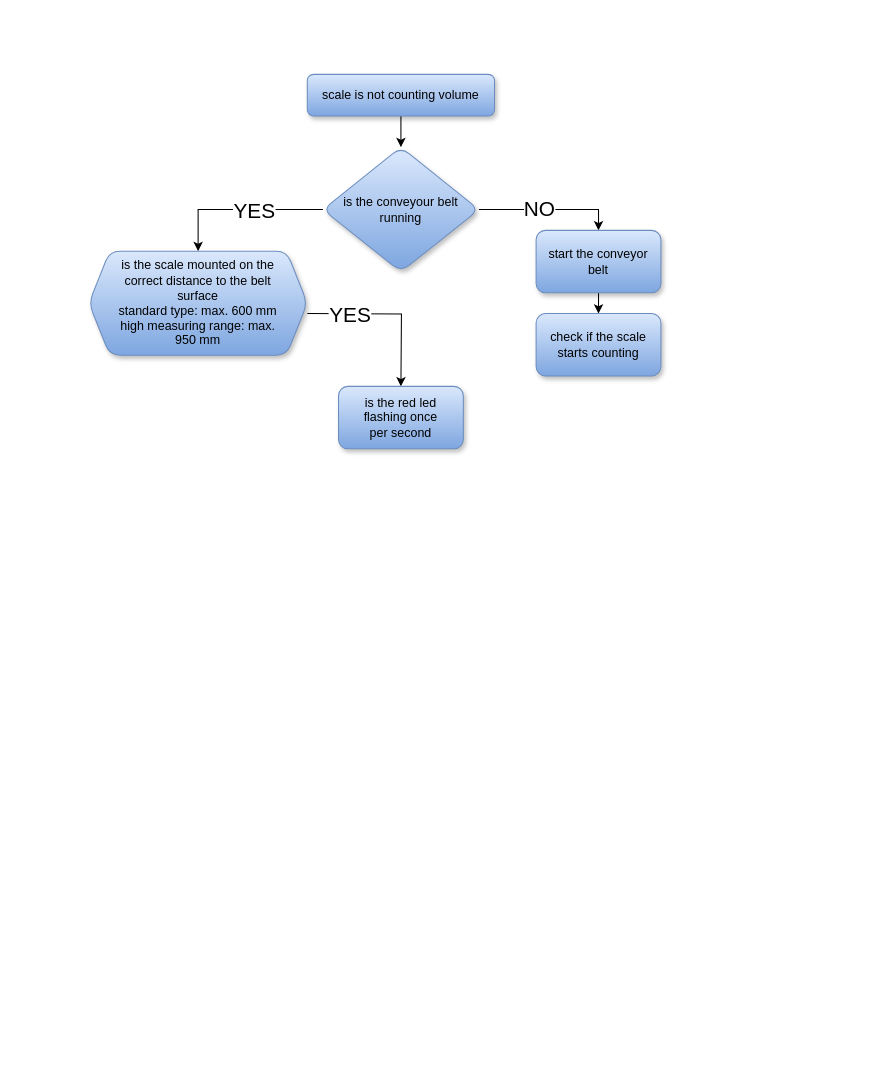
This is troubleshooting-opticalbeltscale.drawio from fruchtikus/obstroubleshooting, a draw.io file, before an edit. Source tidied: cells renumbered, new cells numbered last; positions are measured from the earlier drawing's top-left corner, leaving out a move shared by most shapes. Both pictures are drawn from the tidied source at 104%, with x=0, y=0 at pixel (88, 74).
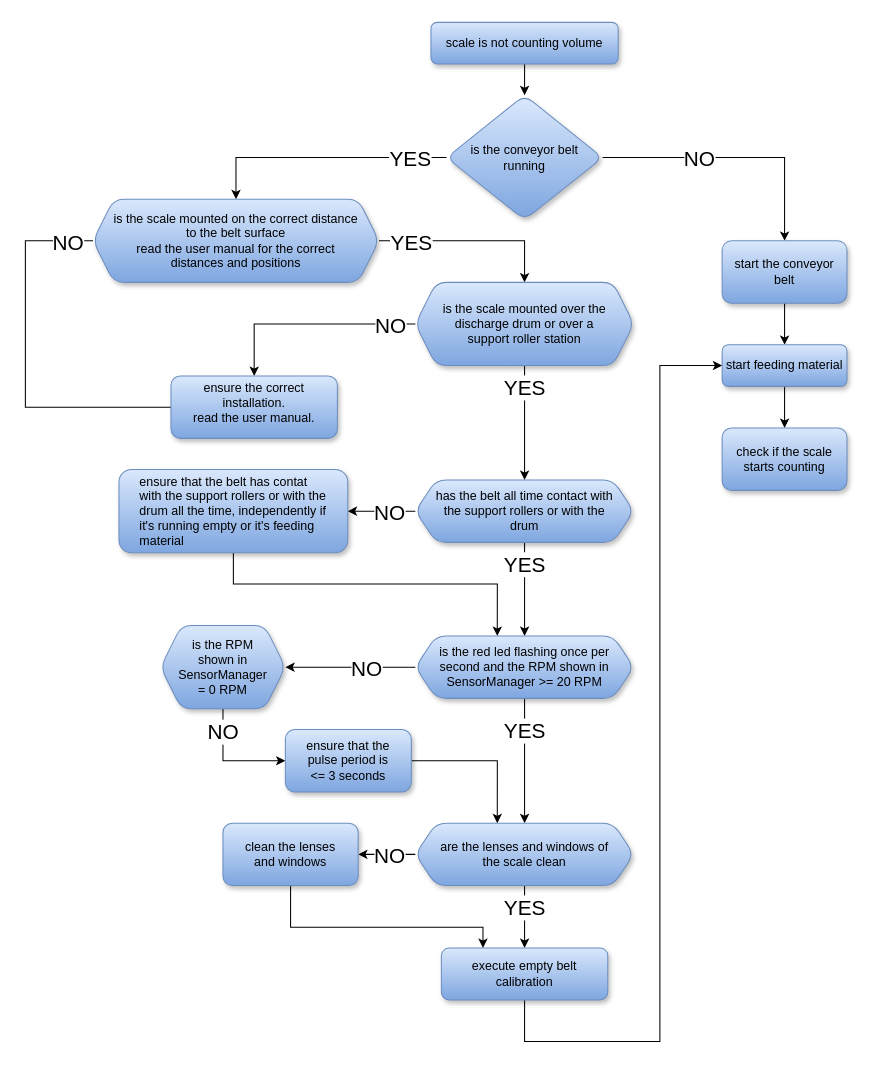
Above is the later version.

The change refers to these unchanged cells:
```xml
<mxCell id="4" style="edgeStyle=orthogonalEdgeStyle;rounded=0;jettySize=auto;html=1;exitX=1;exitY=0.5;exitDx=0;exitDy=0;entryX=0.5;entryY=0;entryDx=0;entryDy=0;" parent="1" edge="1" source="8" target="10">
  <mxGeometry relative="1" as="geometry" />
</mxCell>
<mxCell id="6" style="edgeStyle=orthogonalEdgeStyle;rounded=0;jettySize=auto;html=1;exitX=0;exitY=0.5;exitDx=0;exitDy=0;entryX=0.5;entryY=0;entryDx=0;entryDy=0;" parent="1" edge="1" source="8" target="14">
  <mxGeometry relative="1" as="geometry" />
</mxCell>
```

Diff of the diagram source:
```diff
@@
     <mxCell id="3" value="scale is not counting volume" style="rounded=1;whiteSpace=wrap;html=1;fillColor=#dae8fc;gradientColor=#7ea6e0;strokeColor=#6c8ebf;shadow=1;" parent="1" vertex="1">
-      <mxGeometry x="210" width="180" height="40" as="geometry" />
+      <mxGeometry x="328.9" y="-50" width="180" height="40" as="geometry" />
     </mxCell>
@@
     <mxCell id="5" value="NO" style="edgeLabel;html=1;align=center;verticalAlign=middle;fontSize=20;" parent="4" vertex="1">
-      <mxGeometry x="-0.15" y="2" relative="1" as="geometry" />
+      <mxGeometry x="-0.15" y="2" relative="1" as="geometry">
+        <mxPoint x="-15" y="2" as="offset" />
+      </mxGeometry>
     </mxCell>
@@
     <mxCell id="7" value="YES" style="edgeLabel;html=1;align=center;verticalAlign=middle;fontSize=20;" parent="6" vertex="1">
-      <mxGeometry x="-0.16" relative="1" as="geometry" />
+      <mxGeometry x="-0.16" relative="1" as="geometry">
+        <mxPoint x="67" as="offset" />
+      </mxGeometry>
     </mxCell>
-    <mxCell id="8" value="is the conveyour belt running" style="rhombus;whiteSpace=wrap;html=1;fillColor=#dae8fc;gradientColor=#7ea6e0;strokeColor=#6c8ebf;rounded=1;shadow=1;" parent="1" vertex="1">
-      <mxGeometry x="225" y="70" width="150" height="120" as="geometry" />
+    <mxCell id="8" value="&lt;div style=&quot;&quot;&gt;&lt;span style=&quot;background-color: initial;&quot;&gt;is the conveyo&lt;/span&gt;&lt;span style=&quot;background-color: initial;&quot;&gt;r belt running&lt;/span&gt;&lt;/div&gt;" style="rhombus;whiteSpace=wrap;html=1;fillColor=#dae8fc;gradientColor=#7ea6e0;strokeColor=#6c8ebf;rounded=1;shadow=1;spacingRight=10;spacingLeft=10;spacing=0;" parent="1" vertex="1">
+      <mxGeometry x="343.9" y="20" width="150" height="120" as="geometry" />
     </mxCell>
@@
     <mxCell id="10" value="start the conveyor belt" style="rounded=1;whiteSpace=wrap;html=1;fillColor=#dae8fc;gradientColor=#7ea6e0;strokeColor=#6c8ebf;shadow=1;" parent="1" vertex="1">
-      <mxGeometry x="430" y="150" width="120" height="60" as="geometry" />
+      <mxGeometry x="608.9" y="160" width="120" height="60" as="geometry" />
     </mxCell>
+    <mxCell id="16" style="edgeStyle=orthogonalEdgeStyle;rounded=0;jettySize=auto;html=1;" parent="1" edge="1" source="11" target="25">
+      <mxGeometry relative="1" as="geometry" />
+    </mxCell>
-    <mxCell id="11" value="check if the scale starts counting" style="rounded=1;whiteSpace=wrap;html=1;fillColor=#dae8fc;gradientColor=#7ea6e0;strokeColor=#6c8ebf;shadow=1;" parent="1" vertex="1">
-      <mxGeometry x="430" y="230" width="120" height="60" as="geometry" />
+    <mxCell id="11" value="start feeding material" style="rounded=1;whiteSpace=wrap;html=1;fillColor=#dae8fc;gradientColor=#7ea6e0;strokeColor=#6c8ebf;shadow=1;" parent="1" vertex="1">
+      <mxGeometry x="608.9" y="260" width="120" height="40" as="geometry" />
     </mxCell>
-    <mxCell id="12" style="edgeStyle=orthogonalEdgeStyle;rounded=0;orthogonalLoop=1;jettySize=auto;html=1;exitX=1;exitY=0.5;exitDx=0;exitDy=0;" parent="1" edge="1">
-      <mxGeometry relative="1" as="geometry">
-        <mxPoint x="210" y="230" as="sourcePoint" />
-        <mxPoint x="300" y="300" as="targetPoint" />
-      </mxGeometry>
+    <mxCell id="12" style="edgeStyle=orthogonalEdgeStyle;rounded=0;jettySize=auto;html=1;exitX=0.5;exitY=1;exitDx=0;exitDy=0;entryX=0.5;entryY=0;entryDx=0;entryDy=0;" parent="1" edge="1" source="33" target="41">
+      <mxGeometry relative="1" as="geometry" />
     </mxCell>
     <mxCell id="13" value="YES" style="edgeLabel;html=1;align=center;verticalAlign=middle;rounded=1;strokeColor=#6c8ebf;fontFamily=Helvetica;fontSize=20;fontColor=default;fillColor=#dae8fc;gradientColor=#7ea6e0;" parent="12" vertex="1">
       <mxGeometry x="-0.07" y="4" relative="1" as="geometry">
-        <mxPoint x="-34" y="4" as="offset" />
+        <mxPoint x="-4" y="-22" as="offset" />
       </mxGeometry>
     </mxCell>
+    <mxCell id="17" style="edgeStyle=orthogonalEdgeStyle;rounded=0;jettySize=auto;html=1;exitX=1;exitY=0.5;exitDx=0;exitDy=0;entryX=0.5;entryY=0;entryDx=0;entryDy=0;" parent="1" edge="1" source="14" target="30">
+      <mxGeometry relative="1" as="geometry">
+        <Array as="points">
+          <mxPoint x="418.9" y="160" />
+        </Array>
+      </mxGeometry>
+    </mxCell>
+    <mxCell id="18" value="YES" style="edgeLabel;html=1;align=center;verticalAlign=middle;rounded=1;strokeColor=#6c8ebf;fontFamily=Helvetica;fontSize=20;fontColor=default;labelBackgroundColor=default;fillColor=#dae8fc;gradientColor=#7ea6e0;" parent="17" vertex="1">
+      <mxGeometry x="-0.25" relative="1" as="geometry">
+        <mxPoint x="-37" as="offset" />
+      </mxGeometry>
+    </mxCell>
+    <mxCell id="19" style="edgeStyle=orthogonalEdgeStyle;rounded=0;jettySize=auto;html=1;exitX=0;exitY=0.5;exitDx=0;exitDy=0;entryX=0.5;entryY=0;entryDx=0;entryDy=0;" parent="1" edge="1" source="14" target="34">
+      <mxGeometry relative="1" as="geometry">
+        <Array as="points">
+          <mxPoint x="-61.1" y="160" />
+          <mxPoint x="-61.1" y="320" />
+          <mxPoint x="158.9" y="320" />
+        </Array>
+      </mxGeometry>
+    </mxCell>
+    <mxCell id="20" value="NO" style="edgeLabel;html=1;align=center;verticalAlign=middle;rounded=1;strokeColor=#6c8ebf;fontFamily=Helvetica;fontSize=20;fontColor=default;labelBackgroundColor=default;fillColor=#dae8fc;gradientColor=#7ea6e0;spacing=3;spacingRight=0;" parent="19" vertex="1">
+      <mxGeometry x="-0.77" relative="1" as="geometry">
+        <mxPoint x="31" as="offset" />
+      </mxGeometry>
+    </mxCell>
-    <mxCell id="14" value="is the scale mounted on the correct distance to the belt surface&lt;br&gt;standard type: max. 600 mm&lt;br&gt;high measuring range: max. 950 mm" style="shape=hexagon;perimeter=hexagonPerimeter2;fixedSize=1;fillColor=#dae8fc;gradientColor=#7ea6e0;strokeColor=#6c8ebf;perimeterSpacing=0;spacing=0;whiteSpace=wrap;html=1;spacingTop=0;spacingRight=20;spacingLeft=20;rounded=1;shadow=1;" parent="1" vertex="1">
-      <mxGeometry y="170" width="210" height="100" as="geometry" />
+    <mxCell id="14" value="is the scale mounted on the correct distance to the belt surface&lt;br&gt;&lt;div&gt;read the user manual for the correct distances and positions&lt;/div&gt;" style="shape=hexagon;perimeter=hexagonPerimeter2;fixedSize=1;fillColor=#dae8fc;gradientColor=#7ea6e0;strokeColor=#6c8ebf;perimeterSpacing=0;spacing=0;whiteSpace=wrap;html=1;spacingTop=0;spacingRight=20;spacingLeft=20;rounded=1;shadow=1;" parent="1" vertex="1">
+      <mxGeometry x="3.9" y="120" width="275" height="80" as="geometry" />
     </mxCell>
-    <mxCell id="15" value="is the red led flashing once per second" style="rounded=1;whiteSpace=wrap;html=1;fillColor=#dae8fc;gradientColor=#7ea6e0;strokeColor=#6c8ebf;align=center;verticalAlign=middle;spacingLeft=20;spacingRight=20;spacingTop=0;spacing=0;fontFamily=Helvetica;fontSize=12;fontColor=default;perimeter=hexagonPerimeter2;shadow=1;" parent="1" vertex="1">
-      <mxGeometry x="240" y="300" width="120" height="60" as="geometry" />
-    </mxCell>
+    <mxCell id="21" style="edgeStyle=orthogonalEdgeStyle;rounded=0;jettySize=auto;html=1;exitX=0.5;exitY=1;exitDx=0;exitDy=0;" parent="1" edge="1" source="44" target="24">
+      <mxGeometry relative="1" as="geometry" />
+    </mxCell>
+    <mxCell id="22" value="YES" style="edgeLabel;html=1;align=center;verticalAlign=middle;rounded=1;strokeColor=#6c8ebf;fontFamily=Helvetica;fontSize=20;fontColor=default;labelBackgroundColor=default;fillColor=#dae8fc;gradientColor=#7ea6e0;" parent="21" vertex="1">
+      <mxGeometry x="-0.21" y="1" relative="1" as="geometry">
+        <mxPoint x="-1" y="-4" as="offset" />
+      </mxGeometry>
+    </mxCell>
+    <mxCell id="23" style="edgeStyle=orthogonalEdgeStyle;rounded=0;jettySize=auto;html=1;exitX=0.5;exitY=1;exitDx=0;exitDy=0;entryX=0;entryY=0.5;entryDx=0;entryDy=0;" parent="1" edge="1" source="24" target="11">
+      <mxGeometry relative="1" as="geometry">
+        <Array as="points">
+          <mxPoint x="419" y="930" />
+          <mxPoint x="549" y="930" />
+          <mxPoint x="549" y="280" />
+        </Array>
+      </mxGeometry>
+    </mxCell>
+    <mxCell id="24" value="execute empty belt calibration" style="rounded=1;whiteSpace=wrap;html=1;fillColor=#dae8fc;gradientColor=#7ea6e0;strokeColor=#6c8ebf;align=center;verticalAlign=middle;spacingLeft=20;spacingRight=20;spacingTop=0;spacing=0;fontFamily=Helvetica;fontSize=12;fontColor=default;perimeter=rectanglePerimeter;shadow=1;" parent="1" vertex="1">
+      <mxGeometry x="338.9" y="840" width="160" height="50" as="geometry" />
+    </mxCell>
+    <mxCell id="25" value="check if the scale starts counting" style="rounded=1;whiteSpace=wrap;html=1;fillColor=#dae8fc;gradientColor=#7ea6e0;strokeColor=#6c8ebf;shadow=1;" parent="1" vertex="1">
+      <mxGeometry x="608.9" y="340" width="120" height="60" as="geometry" />
+    </mxCell>
+    <mxCell id="26" style="edgeStyle=orthogonalEdgeStyle;rounded=0;jettySize=auto;html=1;" parent="1" edge="1" source="30" target="33">
+      <mxGeometry relative="1" as="geometry" />
+    </mxCell>
+    <mxCell id="27" value="YES" style="edgeLabel;html=1;align=center;verticalAlign=middle;rounded=1;strokeColor=#6c8ebf;fontFamily=Helvetica;fontSize=20;fontColor=default;labelBackgroundColor=default;fillColor=#dae8fc;gradientColor=#7ea6e0;" parent="26" vertex="1">
+      <mxGeometry x="-0.16" relative="1" as="geometry">
+        <mxPoint y="-26" as="offset" />
+      </mxGeometry>
+    </mxCell>
+    <mxCell id="28" style="edgeStyle=orthogonalEdgeStyle;rounded=0;jettySize=auto;html=1;" parent="1" edge="1" source="30" target="34">
+      <mxGeometry relative="1" as="geometry" />
+    </mxCell>
+    <mxCell id="29" value="NO" style="edgeLabel;html=1;align=center;verticalAlign=middle;rounded=1;strokeColor=#6c8ebf;fontFamily=Helvetica;fontSize=20;fontColor=default;labelBackgroundColor=default;fillColor=#dae8fc;gradientColor=#7ea6e0;" parent="28" vertex="1">
+      <mxGeometry x="-0.4" relative="1" as="geometry">
+        <mxPoint x="37" as="offset" />
+      </mxGeometry>
+    </mxCell>
+    <mxCell id="30" value="is the scale mounted over the discharge drum or over a support roller station" style="shape=hexagon;perimeter=hexagonPerimeter2;fixedSize=1;fillColor=#dae8fc;gradientColor=#7ea6e0;strokeColor=#6c8ebf;perimeterSpacing=0;spacing=0;whiteSpace=wrap;html=1;spacingTop=0;spacingRight=20;spacingLeft=20;rounded=1;shadow=1;" parent="1" vertex="1">
+      <mxGeometry x="313.9" y="200" width="210" height="80" as="geometry" />
+    </mxCell>
+    <mxCell id="31" style="edgeStyle=orthogonalEdgeStyle;rounded=0;jettySize=auto;html=1;" parent="1" edge="1" source="33" target="36">
+      <mxGeometry relative="1" as="geometry" />
+    </mxCell>
+    <mxCell id="32" value="NO" style="edgeLabel;html=1;align=center;verticalAlign=middle;rounded=1;strokeColor=#6c8ebf;fontFamily=Helvetica;fontSize=20;fontColor=default;labelBackgroundColor=default;fillColor=#dae8fc;gradientColor=#7ea6e0;" parent="31" vertex="1">
+      <mxGeometry x="0.23" y="-3" relative="1" as="geometry">
+        <mxPoint x="15" y="3" as="offset" />
+      </mxGeometry>
+    </mxCell>
+    <mxCell id="33" value="has the belt all time contact with the support rollers or with the drum" style="shape=hexagon;perimeter=hexagonPerimeter2;fixedSize=1;fillColor=#dae8fc;gradientColor=#7ea6e0;strokeColor=#6c8ebf;perimeterSpacing=0;spacing=0;whiteSpace=wrap;html=1;spacingTop=0;spacingRight=20;spacingLeft=20;rounded=1;shadow=1;" parent="1" vertex="1">
+      <mxGeometry x="313.9" y="390" width="210" height="60" as="geometry" />
+    </mxCell>
+    <mxCell id="34" value="ensure the correct installation.&lt;div&gt;read the user manual.&lt;/div&gt;" style="whiteSpace=wrap;html=1;fillColor=#dae8fc;strokeColor=#6c8ebf;gradientColor=#7ea6e0;spacing=0;spacingTop=0;spacingRight=20;spacingLeft=20;rounded=1;shadow=1;verticalAlign=top;align=center;" parent="1" vertex="1">
+      <mxGeometry x="78.9" y="290" width="160" height="60" as="geometry" />
+    </mxCell>
+    <mxCell id="35" style="edgeStyle=orthogonalEdgeStyle;rounded=0;jettySize=auto;html=1;exitX=0.5;exitY=1;exitDx=0;exitDy=0;entryX=0.375;entryY=0;entryDx=0;entryDy=0;" parent="1" edge="1" source="36" target="41">
+      <mxGeometry relative="1" as="geometry">
+        <Array as="points">
+          <mxPoint x="139" y="490" />
+          <mxPoint x="393" y="490" />
+        </Array>
+      </mxGeometry>
+    </mxCell>
+    <mxCell id="36" value="&lt;div style=&quot;&quot;&gt;&lt;span style=&quot;background-color: initial;&quot;&gt;ensure that the belt has contat with the support rollers or with the drum all the time, independently if it's running empty or it's feeding material&lt;/span&gt;&lt;/div&gt;" style="whiteSpace=wrap;html=1;fillColor=#dae8fc;strokeColor=#6c8ebf;gradientColor=#7ea6e0;spacing=0;spacingTop=0;spacingRight=20;spacingLeft=20;rounded=1;shadow=1;align=left;" parent="1" vertex="1">
+      <mxGeometry x="28.9" y="380" width="220" height="80" as="geometry" />
+    </mxCell>
+    <mxCell id="37" style="edgeStyle=orthogonalEdgeStyle;rounded=0;jettySize=auto;html=1;" parent="1" edge="1" source="41" target="44">
+      <mxGeometry relative="1" as="geometry" />
+    </mxCell>
+    <mxCell id="38" value="YES" style="edgeLabel;html=1;align=center;verticalAlign=middle;rounded=1;strokeColor=#6c8ebf;fontFamily=Helvetica;fontSize=20;fontColor=default;labelBackgroundColor=default;fillColor=#dae8fc;gradientColor=#7ea6e0;" parent="37" vertex="1">
+      <mxGeometry x="-0.31" y="-3" relative="1" as="geometry">
+        <mxPoint x="3" y="-11" as="offset" />
+      </mxGeometry>
+    </mxCell>
+    <mxCell id="39" style="edgeStyle=orthogonalEdgeStyle;rounded=0;jettySize=auto;html=1;" parent="1" edge="1" source="41" target="49">
+      <mxGeometry relative="1" as="geometry" />
+    </mxCell>
+    <mxCell id="40" value="NO" style="edgeLabel;html=1;align=center;verticalAlign=middle;rounded=1;strokeColor=#6c8ebf;fontFamily=Helvetica;fontSize=20;fontColor=default;labelBackgroundColor=default;fillColor=#dae8fc;gradientColor=#7ea6e0;" parent="39" vertex="1">
+      <mxGeometry x="-0.25" relative="1" as="geometry" />
+    </mxCell>
+    <mxCell id="41" value="is the red led flashing once per second and the RPM shown in SensorManager &amp;gt;= 20 RPM" style="shape=hexagon;perimeter=hexagonPerimeter2;fixedSize=1;fillColor=#dae8fc;gradientColor=#7ea6e0;strokeColor=#6c8ebf;perimeterSpacing=0;spacing=0;whiteSpace=wrap;html=1;spacingTop=0;spacingRight=20;spacingLeft=20;rounded=1;shadow=1;" parent="1" vertex="1">
+      <mxGeometry x="313.9" y="540" width="210" height="60" as="geometry" />
+    </mxCell>
+    <mxCell id="42" style="edgeStyle=orthogonalEdgeStyle;rounded=0;jettySize=auto;html=1;" parent="1" edge="1" source="44" target="46">
+      <mxGeometry relative="1" as="geometry" />
+    </mxCell>
+    <mxCell id="43" value="NO" style="edgeLabel;html=1;align=center;verticalAlign=middle;rounded=1;strokeColor=#6c8ebf;fontFamily=Helvetica;fontSize=20;fontColor=default;labelBackgroundColor=default;fillColor=#dae8fc;gradientColor=#7ea6e0;" parent="42" vertex="1">
+      <mxGeometry x="-0.33" y="4" relative="1" as="geometry">
+        <mxPoint x="-7" y="-4" as="offset" />
+      </mxGeometry>
+    </mxCell>
+    <mxCell id="44" value="are the lenses and windows of the scale clean" style="shape=hexagon;perimeter=hexagonPerimeter2;fixedSize=1;fillColor=#dae8fc;gradientColor=#7ea6e0;strokeColor=#6c8ebf;perimeterSpacing=0;spacing=0;whiteSpace=wrap;html=1;spacingTop=0;spacingRight=20;spacingLeft=20;rounded=1;shadow=1;" parent="1" vertex="1">
+      <mxGeometry x="313.9" y="720" width="210" height="60" as="geometry" />
+    </mxCell>
+    <mxCell id="45" style="edgeStyle=orthogonalEdgeStyle;rounded=0;jettySize=auto;html=1;exitX=0.5;exitY=1;exitDx=0;exitDy=0;entryX=0.25;entryY=0;entryDx=0;entryDy=0;" parent="1" edge="1" source="46" target="24">
+      <mxGeometry relative="1" as="geometry">
+        <Array as="points">
+          <mxPoint x="193.9" y="820" />
+          <mxPoint x="378.9" y="820" />
+        </Array>
+      </mxGeometry>
+    </mxCell>
+    <mxCell id="46" value="clean the lenses and windows" style="whiteSpace=wrap;html=1;fillColor=#dae8fc;strokeColor=#6c8ebf;gradientColor=#7ea6e0;spacing=0;spacingTop=0;spacingRight=20;spacingLeft=20;rounded=1;shadow=1;" parent="1" vertex="1">
+      <mxGeometry x="128.9" y="720" width="130" height="60" as="geometry" />
+    </mxCell>
+    <mxCell id="47" style="edgeStyle=orthogonalEdgeStyle;rounded=0;jettySize=auto;html=1;exitX=0.5;exitY=1;exitDx=0;exitDy=0;entryX=0;entryY=0.5;entryDx=0;entryDy=0;" parent="1" edge="1" source="49" target="51">
+      <mxGeometry relative="1" as="geometry" />
+    </mxCell>
+    <mxCell id="48" value="NO" style="edgeLabel;html=1;align=center;verticalAlign=middle;rounded=1;strokeColor=#6c8ebf;fontFamily=Helvetica;fontSize=20;fontColor=default;labelBackgroundColor=default;fillColor=#dae8fc;gradientColor=#7ea6e0;" parent="47" vertex="1">
+      <mxGeometry x="-0.7" y="-1" relative="1" as="geometry">
+        <mxPoint x="1" y="4" as="offset" />
+      </mxGeometry>
+    </mxCell>
+    <mxCell id="49" value="is the RPM shown in SensorManager = 0 RPM" style="shape=hexagon;perimeter=hexagonPerimeter2;whiteSpace=wrap;html=1;fixedSize=1;fillColor=#dae8fc;strokeColor=#6c8ebf;gradientColor=#7ea6e0;spacing=0;spacingTop=0;spacingRight=20;spacingLeft=20;rounded=1;shadow=1;" parent="1" vertex="1">
+      <mxGeometry x="68.9" y="530" width="120" height="80" as="geometry" />
+    </mxCell>
+    <mxCell id="50" style="edgeStyle=orthogonalEdgeStyle;rounded=0;jettySize=auto;html=1;exitX=1;exitY=0.5;exitDx=0;exitDy=0;entryX=0.375;entryY=0;entryDx=0;entryDy=0;" parent="1" edge="1" source="51" target="44">
+      <mxGeometry relative="1" as="geometry" />
+    </mxCell>
+    <mxCell id="51" value="ensure that the pulse period is &amp;lt;= 3 seconds" style="whiteSpace=wrap;html=1;fillColor=#dae8fc;strokeColor=#6c8ebf;gradientColor=#7ea6e0;spacing=0;spacingTop=0;spacingRight=20;spacingLeft=20;rounded=1;shadow=1;" parent="1" vertex="1">
+      <mxGeometry x="188.9" y="630" width="121.1" height="60" as="geometry" />
+    </mxCell>
```
